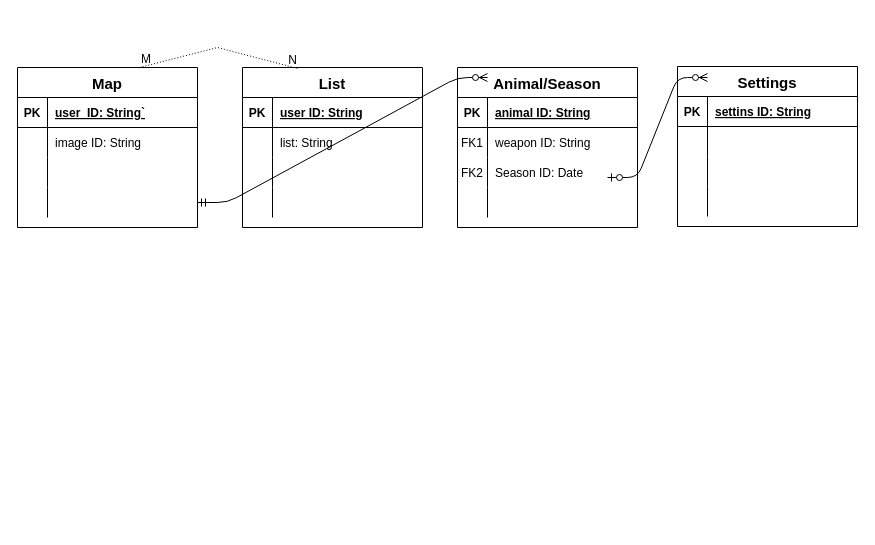
Before: docs/work/erd.drawio in ddc-java-13/top-tag, a draw.io diagram. Source tidied: cells renumbered, new cells numbered last; positions are measured from the earlier drawing's top-left corner, leaving out a move shared by most shapes. Both pictures are drawn from the tidied source at 100%, with x=0, y=0 at pixel (17, 47).
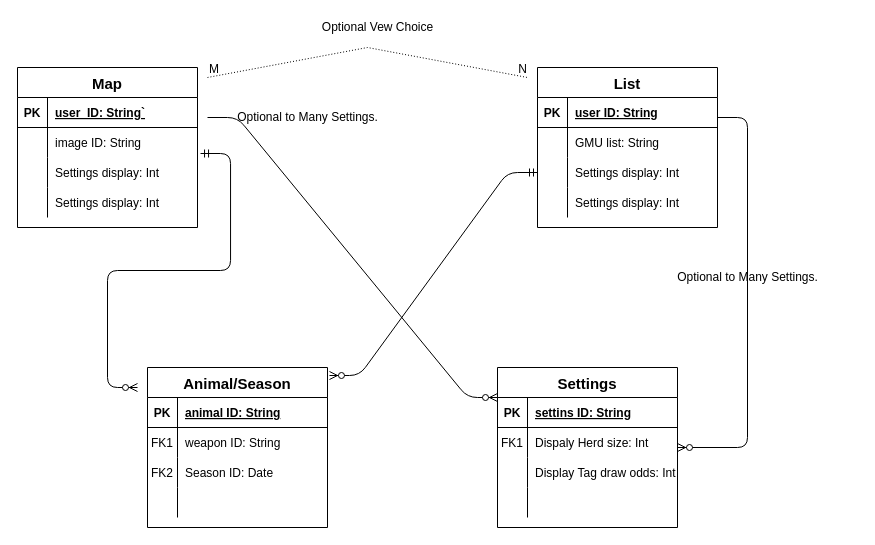
Above is the later version.

Commit message (it also covers changes not shown here):
Wireframe and ERD modifications.

The change refers to these unchanged cells:
```xml
<mxCell id="2" value="Map" style="shape=table;startSize=30;childLayout=tableLayout;rowLines=0;fontStyle=1;align=center;fontSize=15;" parent="1" vertex="1">
  <mxGeometry y="20" width="180" height="160" as="geometry" />
</mxCell>
<mxCell id="9" style="shape=partialRectangle;fillColor=none;top=0;left=0;bottom=0;right=0;points=[[0,0.5],[1,0.5]];portConstraint=eastwest;" parent="2" vertex="1">
  <mxGeometry y="90" width="180" height="30" as="geometry" />
</mxCell>
<mxCell id="12" style="shape=partialRectangle;fillColor=none;top=0;left=0;bottom=0;right=0;points=[[0,0.5],[1,0.5]];portConstraint=eastwest;" parent="2" vertex="1">
  <mxGeometry y="120" width="180" height="30" as="geometry" />
</mxCell>
<mxCell id="19" style="shape=partialRectangle;fillColor=none;top=0;left=0;bottom=0;right=0;" parent="15" vertex="1">
  <mxGeometry y="60" width="180" height="30" as="geometry" />
</mxCell>
<mxCell id="22" style="shape=partialRectangle;fillColor=none;top=0;left=0;bottom=0;right=0;points=[[0,0.5],[1,0.5]];portConstraint=eastwest;" parent="15" vertex="1">
  <mxGeometry y="90" width="180" height="30" as="geometry" />
</mxCell>
<mxCell id="25" style="shape=partialRectangle;fillColor=none;top=0;left=0;bottom=0;right=0;" parent="15" vertex="1">
  <mxGeometry y="120" width="180" height="30" as="geometry" />
</mxCell>
<mxCell id="45" style="shape=partialRectangle;fillColor=none;top=0;left=0;bottom=0;right=0;" parent="41" vertex="1">
  <mxGeometry y="60" width="180" height="30" as="geometry" />
</mxCell>
<mxCell id="48" style="shape=partialRectangle;fillColor=none;top=0;left=0;bottom=0;right=0;" parent="41" vertex="1">
  <mxGeometry y="90" width="180" height="30" as="geometry" />
</mxCell>
```

What changed in the source:
```diff
@@
-    <mxCell id="11" style="shape=partialRectangle;fillColor=none;top=0;left=0;bottom=0;right=0;align=left;spacingLeft=6;overflow=hidden;" parent="9" vertex="1">
+    <mxCell id="11" value="Settings display: Int" style="shape=partialRectangle;fillColor=none;top=0;left=0;bottom=0;right=0;align=left;spacingLeft=6;overflow=hidden;" parent="9" vertex="1">
       <mxGeometry x="30" width="150" height="30" as="geometry" />
     </mxCell>
@@
-    <mxCell id="14" style="shape=partialRectangle;fillColor=none;top=0;left=0;bottom=0;right=0;align=left;spacingLeft=6;overflow=hidden;" parent="12" vertex="1">
+    <mxCell id="14" value="Settings display: Int" style="shape=partialRectangle;fillColor=none;top=0;left=0;bottom=0;right=0;align=left;spacingLeft=6;overflow=hidden;" parent="12" vertex="1">
       <mxGeometry x="30" width="150" height="30" as="geometry" />
     </mxCell>
     <mxCell id="15" value="List" style="shape=table;startSize=30;childLayout=tableLayout;rowLines=0;fontStyle=1;align=center;fontSize=15;" parent="1" vertex="1">
-      <mxGeometry x="225" y="20" width="180" height="160" as="geometry" />
+      <mxGeometry x="520" y="20" width="180" height="160" as="geometry" />
     </mxCell>
@@
-    <mxCell id="21" value="list: String" style="shape=partialRectangle;fillColor=none;top=0;left=0;bottom=0;right=0;align=left;spacingLeft=6;overflow=hidden;" parent="19" vertex="1">
+    <mxCell id="21" value="GMU list: String" style="shape=partialRectangle;fillColor=none;top=0;left=0;bottom=0;right=0;align=left;spacingLeft=6;overflow=hidden;" parent="19" vertex="1">
       <mxGeometry x="30" width="150" height="30" as="geometry" />
     </mxCell>
@@
-    <mxCell id="24" style="shape=partialRectangle;fillColor=none;top=0;left=0;bottom=0;right=0;align=left;spacingLeft=6;overflow=hidden;" parent="22" vertex="1">
+    <mxCell id="24" value="Settings display: Int" style="shape=partialRectangle;fillColor=none;top=0;left=0;bottom=0;right=0;align=left;spacingLeft=6;overflow=hidden;" parent="22" vertex="1">
       <mxGeometry x="30" width="150" height="30" as="geometry" />
     </mxCell>
@@
-    <mxCell id="27" style="shape=partialRectangle;fillColor=none;top=0;left=0;bottom=0;right=0;align=left;spacingLeft=6;overflow=hidden;" parent="25" vertex="1">
+    <mxCell id="27" value="Settings display: Int" style="shape=partialRectangle;fillColor=none;top=0;left=0;bottom=0;right=0;align=left;spacingLeft=6;overflow=hidden;" parent="25" vertex="1">
       <mxGeometry x="30" width="150" height="30" as="geometry" />
     </mxCell>
     <mxCell id="28" value="Animal/Season" style="shape=table;startSize=30;childLayout=tableLayout;rowLines=0;fontStyle=1;align=center;fontSize=15;" parent="1" vertex="1">
-      <mxGeometry x="440" y="20" width="180" height="160" as="geometry" />
+      <mxGeometry x="130" y="320" width="180" height="160" as="geometry" />
     </mxCell>
@@
     <mxCell id="41" value="Settings" style="shape=table;startSize=30;childLayout=tableLayout;rowLines=0;fontStyle=1;align=center;fontSize=15;" parent="1" vertex="1">
-      <mxGeometry x="660" y="19" width="180" height="160" as="geometry" />
+      <mxGeometry x="480" y="320" width="180" height="160" as="geometry" />
     </mxCell>
@@
-    <mxCell id="46" style="shape=partialRectangle;fillColor=none;top=0;left=0;bottom=0;right=0;overflow=hidden;" parent="45" vertex="1">
+    <mxCell id="46" value="FK1" style="shape=partialRectangle;fillColor=none;top=0;left=0;bottom=0;right=0;overflow=hidden;" parent="45" vertex="1">
       <mxGeometry width="30" height="30" as="geometry" />
     </mxCell>
-    <mxCell id="47" style="shape=partialRectangle;fillColor=none;top=0;left=0;bottom=0;right=0;align=left;spacingLeft=6;overflow=hidden;" parent="45" vertex="1">
+    <mxCell id="47" value="Dispaly Herd size: Int" style="shape=partialRectangle;fillColor=none;top=0;left=0;bottom=0;right=0;align=left;spacingLeft=6;overflow=hidden;" parent="45" vertex="1">
       <mxGeometry x="30" width="150" height="30" as="geometry" />
     </mxCell>
@@
-    <mxCell id="50" style="shape=partialRectangle;fillColor=none;top=0;left=0;bottom=0;right=0;align=left;spacingLeft=6;overflow=hidden;" parent="48" vertex="1">
+    <mxCell id="50" value="Display Tag draw odds: Int" style="shape=partialRectangle;fillColor=none;top=0;left=0;bottom=0;right=0;align=left;spacingLeft=6;overflow=hidden;" parent="48" vertex="1">
       <mxGeometry x="30" width="150" height="30" as="geometry" />
     </mxCell>
@@
-    <mxCell id="54" style="endArrow=none;html=1;rounded=0;dashed=1;dashPattern=1 2;fontSize=15;entryX=0.306;entryY=0.006;entryDx=0;entryDy=0;entryPerimeter=0;exitX=0.678;exitY=0;exitDx=0;exitDy=0;exitPerimeter=0;" parent="1" edge="1" source="2" target="15">
+    <mxCell id="54" style="endArrow=none;html=1;rounded=0;dashed=1;dashPattern=1 2;fontSize=15;" parent="1" edge="1">
       <mxGeometry relative="1" as="geometry">
+        <mxPoint x="190" y="30" as="sourcePoint" />
+        <mxPoint x="510" y="30" as="targetPoint" />
         <Array as="points">
-          <mxPoint x="200" />
+          <mxPoint x="350" />
         </Array>
       </mxGeometry>
     </mxCell>
@@
-    <mxCell id="57" style="edgeStyle=entityRelationEdgeStyle;fontSize=12;html=1;endArrow=ERzeroToMany;startArrow=ERzeroToOne;" parent="1" edge="1">
-      <mxGeometry relative="1" as="geometry">
-        <mxPoint x="590" y="130" as="sourcePoint" />
-        <mxPoint x="690" y="30" as="targetPoint" />
-      </mxGeometry>
-    </mxCell>
-    <mxCell id="58" style="edgeStyle=entityRelationEdgeStyle;fontSize=12;html=1;endArrow=ERzeroToMany;startArrow=ERmandOne;exitX=1;exitY=0.5;exitDx=0;exitDy=0;" parent="1" edge="1" source="12">
-      <mxGeometry relative="1" as="geometry">
-        <mxPoint x="470" y="30" as="targetPoint" />
-      </mxGeometry>
-    </mxCell>
+    <mxCell id="59" value="Optional Vew Choice&lt;br&gt;" style="text;html=1;align=center;verticalAlign=middle;strokeColor=none;" parent="1" vertex="1">
+      <mxGeometry x="295" y="-30" width="130" height="20" as="geometry" />
+    </mxCell>
+    <mxCell id="60" style="edgeStyle=entityRelationEdgeStyle;fontSize=12;html=1;endArrow=ERzeroToMany;endFill=1;" parent="1" edge="1">
+      <mxGeometry relative="1" as="geometry">
+        <mxPoint x="190" y="70" as="sourcePoint" />
+        <mxPoint x="480" y="350" as="targetPoint" />
+      </mxGeometry>
+    </mxCell>
+    <mxCell id="61" value="Optional to Many Settings.&lt;br&gt;" style="text;html=1;align=center;verticalAlign=middle;strokeColor=none;" parent="1" vertex="1">
+      <mxGeometry x="210" y="60" width="160" height="20" as="geometry" />
+    </mxCell>
+    <mxCell id="62" style="edgeStyle=entityRelationEdgeStyle;fontSize=12;html=1;endArrow=ERzeroToMany;startArrow=ERmandOne;exitX=1.017;exitY=-0.133;exitDx=0;exitDy=0;exitPerimeter=0;" parent="1" edge="1" source="9">
+      <mxGeometry relative="1" as="geometry">
+        <mxPoint x="120" y="340" as="targetPoint" />
+      </mxGeometry>
+    </mxCell>
+    <mxCell id="63" style="edgeStyle=entityRelationEdgeStyle;fontSize=12;html=1;endArrow=ERzeroToMany;startArrow=ERmandOne;exitX=0;exitY=0.5;exitDx=0;exitDy=0;entryX=1.011;entryY=0.05;entryDx=0;entryDy=0;entryPerimeter=0;" parent="1" edge="1" source="22" target="28">
+      <mxGeometry relative="1" as="geometry" />
+    </mxCell>
+    <mxCell id="64" style="edgeStyle=entityRelationEdgeStyle;fontSize=12;html=1;endArrow=ERzeroToMany;endFill=1;" parent="1" edge="1" target="41">
+      <mxGeometry relative="1" as="geometry">
+        <mxPoint x="700" y="70" as="sourcePoint" />
+      </mxGeometry>
+    </mxCell>
+    <mxCell id="65" value="Optional to Many Settings.&lt;br&gt;" style="text;html=1;align=center;verticalAlign=middle;strokeColor=none;" parent="1" vertex="1">
+      <mxGeometry x="650" y="220" width="160" height="20" as="geometry" />
+    </mxCell>
```
